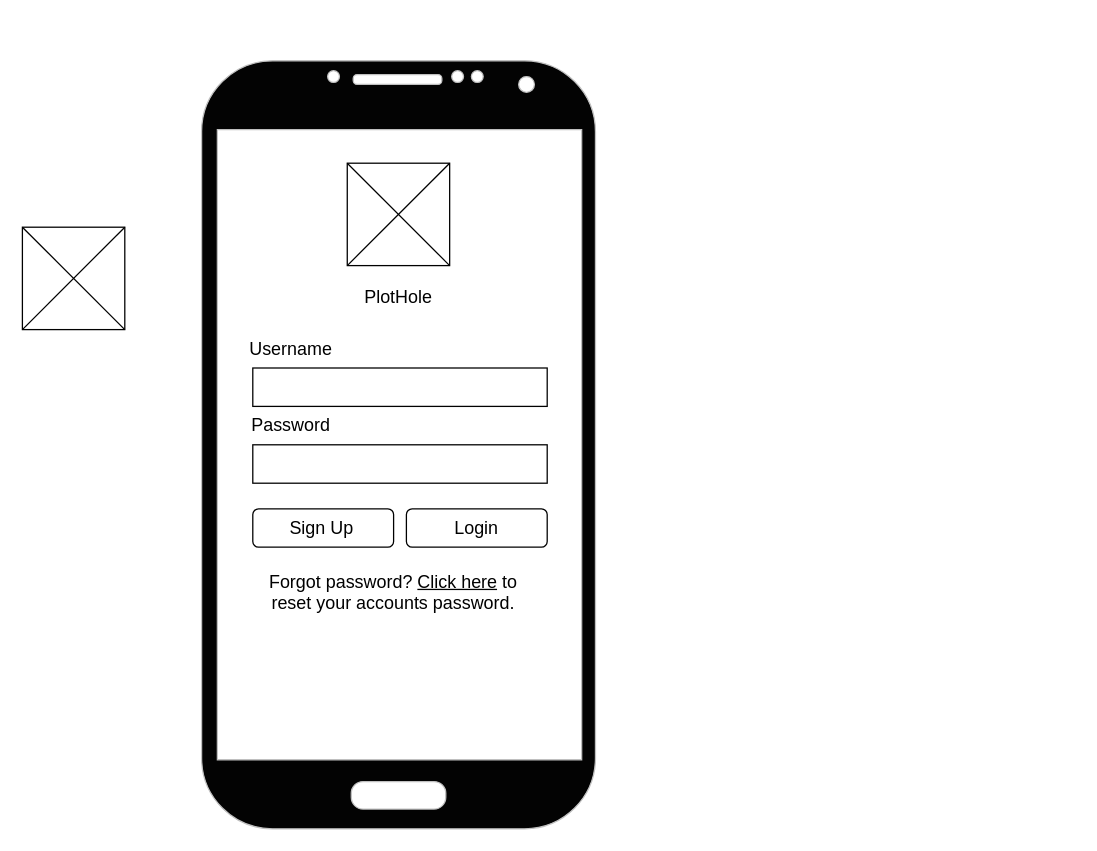
Above: Untitled Diagram.drawio in cdawgy/COM397-Wireframes (draw.io), before the change. Source tidied: cells renumbered, new cells numbered last; positions are measured from the earlier drawing's top-left corner, leaving out a move shared by most shapes. Both pictures are drawn from the tidied source at 128%, with x=0, y=0 at pixel (22, 60).
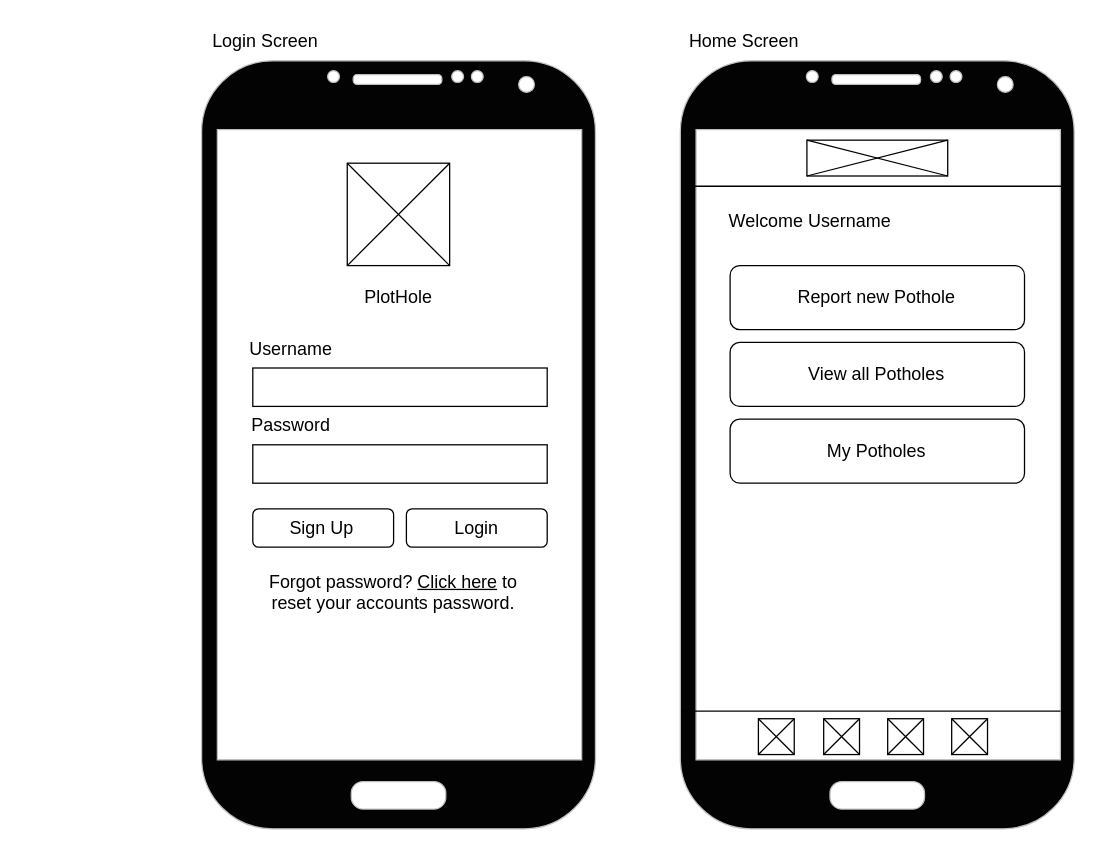
The same page after the edit.

Commit message:
Added Home screen with relative buttons

The edit, as a diff of the source:
```diff
@@
-    <mxCell id="7" style="group;" parent="1" vertex="1">
-      <mxGeometry y="130" width="80" height="80" as="geometry" />
-    </mxCell>
-    <mxCell id="8" style="rounded=0;whiteSpace=wrap;html=1;fillColor=#FFFFFF;" parent="7" vertex="1">
-      <mxGeometry width="80" height="80" as="geometry" />
-    </mxCell>
-    <mxCell id="9" style="endArrow=none;html=1;rounded=0;exitX=0;exitY=1;exitDx=0;exitDy=0;" parent="7" edge="1" source="8">
-      <mxGeometry relative="1" as="geometry">
-        <mxPoint x="80" as="targetPoint" />
-      </mxGeometry>
-    </mxCell>
-    <mxCell id="10" style="endArrow=none;html=1;rounded=0;exitX=1;exitY=1;exitDx=0;exitDy=0;" parent="7" edge="1" source="8">
-      <mxGeometry relative="1" as="geometry">
-        <mxPoint as="targetPoint" />
-      </mxGeometry>
-    </mxCell>
@@
+    <mxCell id="21" style="verticalLabelPosition=bottom;verticalAlign=top;html=1;shadow=0;dashed=0;strokeWidth=1;shape=mxgraph.android.phone2;strokeColor=#c0c0c0;flipV=0;fillColor=#030303;" parent="1" vertex="1">
+      <mxGeometry x="514" width="307.7" height="600" as="geometry" />
+    </mxCell>
+    <mxCell id="22" style="endArrow=none;html=1;rounded=0;fontSize=14;" parent="1" edge="1">
+      <mxGeometry relative="1" as="geometry">
+        <mxPoint x="515" y="508" as="sourcePoint" />
+        <mxPoint x="811" y="508" as="targetPoint" />
+      </mxGeometry>
+    </mxCell>
+    <mxCell id="23" style="group;" parent="1" vertex="1">
+      <mxGeometry x="575" y="514" width="28" height="28" as="geometry" />
+    </mxCell>
+    <mxCell id="24" style="rounded=0;whiteSpace=wrap;html=1;fillColor=#FFFFFF;" parent="23" vertex="1">
+      <mxGeometry width="28" height="28" as="geometry" />
+    </mxCell>
+    <mxCell id="25" style="endArrow=none;html=1;rounded=0;exitX=0;exitY=1;exitDx=0;exitDy=0;" parent="23" edge="1" source="24">
+      <mxGeometry relative="1" as="geometry">
+        <mxPoint x="28" as="targetPoint" />
+      </mxGeometry>
+    </mxCell>
+    <mxCell id="26" style="endArrow=none;html=1;rounded=0;exitX=1;exitY=1;exitDx=0;exitDy=0;" parent="23" edge="1" source="24">
+      <mxGeometry relative="1" as="geometry">
+        <mxPoint as="targetPoint" />
+      </mxGeometry>
+    </mxCell>
+    <mxCell id="27" style="group;" parent="1" vertex="1">
+      <mxGeometry x="626" y="514" width="28" height="28" as="geometry" />
+    </mxCell>
+    <mxCell id="28" style="rounded=0;whiteSpace=wrap;html=1;fillColor=#FFFFFF;" parent="27" vertex="1">
+      <mxGeometry width="28" height="28" as="geometry" />
+    </mxCell>
+    <mxCell id="29" style="endArrow=none;html=1;rounded=0;exitX=0;exitY=1;exitDx=0;exitDy=0;" parent="27" edge="1" source="28">
+      <mxGeometry relative="1" as="geometry">
+        <mxPoint x="28" as="targetPoint" />
+      </mxGeometry>
+    </mxCell>
+    <mxCell id="30" style="endArrow=none;html=1;rounded=0;exitX=1;exitY=1;exitDx=0;exitDy=0;" parent="27" edge="1" source="28">
+      <mxGeometry relative="1" as="geometry">
+        <mxPoint as="targetPoint" />
+      </mxGeometry>
+    </mxCell>
+    <mxCell id="31" style="group;" parent="1" vertex="1">
+      <mxGeometry x="676" y="514" width="28" height="28" as="geometry" />
+    </mxCell>
+    <mxCell id="32" style="rounded=0;whiteSpace=wrap;html=1;fillColor=#FFFFFF;" parent="31" vertex="1">
+      <mxGeometry width="28" height="28" as="geometry" />
+    </mxCell>
+    <mxCell id="33" style="endArrow=none;html=1;rounded=0;exitX=0;exitY=1;exitDx=0;exitDy=0;" parent="31" edge="1" source="32">
+      <mxGeometry relative="1" as="geometry">
+        <mxPoint x="28" as="targetPoint" />
+      </mxGeometry>
+    </mxCell>
+    <mxCell id="34" style="endArrow=none;html=1;rounded=0;exitX=1;exitY=1;exitDx=0;exitDy=0;" parent="31" edge="1" source="32">
+      <mxGeometry relative="1" as="geometry">
+        <mxPoint as="targetPoint" />
+      </mxGeometry>
+    </mxCell>
+    <mxCell id="35" style="group;" parent="1" vertex="1">
+      <mxGeometry x="726" y="514" width="28" height="28" as="geometry" />
+    </mxCell>
+    <mxCell id="36" style="rounded=0;whiteSpace=wrap;html=1;fillColor=#FFFFFF;" parent="35" vertex="1">
+      <mxGeometry width="28" height="28" as="geometry" />
+    </mxCell>
+    <mxCell id="37" style="endArrow=none;html=1;rounded=0;exitX=0;exitY=1;exitDx=0;exitDy=0;" parent="35" edge="1" source="36">
+      <mxGeometry relative="1" as="geometry">
+        <mxPoint x="28" as="targetPoint" />
+      </mxGeometry>
+    </mxCell>
+    <mxCell id="38" style="endArrow=none;html=1;rounded=0;exitX=1;exitY=1;exitDx=0;exitDy=0;" parent="35" edge="1" source="36">
+      <mxGeometry relative="1" as="geometry">
+        <mxPoint as="targetPoint" />
+      </mxGeometry>
+    </mxCell>
+    <mxCell id="39" style="endArrow=none;html=1;rounded=0;fontSize=14;" parent="1" edge="1">
+      <mxGeometry relative="1" as="geometry">
+        <mxPoint x="520" y="98" as="sourcePoint" />
+        <mxPoint x="816" y="98" as="targetPoint" />
+      </mxGeometry>
+    </mxCell>
+    <mxCell id="40" style="group;" parent="1" vertex="1">
+      <mxGeometry x="612.9" y="62" width="110" height="28" as="geometry" />
+    </mxCell>
+    <mxCell id="41" style="rounded=0;whiteSpace=wrap;html=1;fillColor=#FFFFFF;" parent="40" vertex="1">
+      <mxGeometry width="110" height="28" as="geometry" />
+    </mxCell>
+    <mxCell id="42" style="endArrow=none;html=1;rounded=0;exitX=0;exitY=1;exitDx=0;exitDy=0;" parent="40" edge="1" source="41">
+      <mxGeometry relative="1" as="geometry">
+        <mxPoint x="110" as="targetPoint" />
+      </mxGeometry>
+    </mxCell>
+    <mxCell id="43" style="endArrow=none;html=1;rounded=0;exitX=1;exitY=1;exitDx=0;exitDy=0;" parent="40" edge="1" source="41">
+      <mxGeometry relative="1" as="geometry">
+        <mxPoint as="targetPoint" />
+      </mxGeometry>
+    </mxCell>
+    <mxCell id="44" value="Welcome Username" style="text;html=1;strokeColor=none;fillColor=none;align=center;verticalAlign=middle;whiteSpace=wrap;rounded=0;fontSize=14;" parent="1" vertex="1">
+      <mxGeometry x="541.5" y="110" width="147" height="30" as="geometry" />
+    </mxCell>
+    <mxCell id="45" style="rounded=1;whiteSpace=wrap;html=1;fontSize=14;fillColor=#FFFFFF;" parent="1" vertex="1">
+      <mxGeometry x="552.9" y="160" width="230" height="50" as="geometry" />
+    </mxCell>
+    <mxCell id="46" value="Report new Pothole" style="text;html=1;strokeColor=none;fillColor=none;align=center;verticalAlign=middle;whiteSpace=wrap;rounded=0;fontSize=14;" parent="1" vertex="1">
+      <mxGeometry x="594.4" y="170" width="147" height="30" as="geometry" />
+    </mxCell>
+    <mxCell id="47" style="rounded=1;whiteSpace=wrap;html=1;fontSize=14;fillColor=#FFFFFF;" parent="1" vertex="1">
+      <mxGeometry x="552.9" y="220" width="230" height="50" as="geometry" />
+    </mxCell>
+    <mxCell id="48" value="View all Potholes" style="text;html=1;strokeColor=none;fillColor=none;align=center;verticalAlign=middle;whiteSpace=wrap;rounded=0;fontSize=14;" parent="1" vertex="1">
+      <mxGeometry x="594.4" y="230" width="147" height="30" as="geometry" />
+    </mxCell>
+    <mxCell id="49" style="rounded=1;whiteSpace=wrap;html=1;fontSize=14;fillColor=#FFFFFF;" parent="1" vertex="1">
+      <mxGeometry x="552.9" y="280" width="230" height="50" as="geometry" />
+    </mxCell>
+    <mxCell id="50" value="My Potholes" style="text;html=1;strokeColor=none;fillColor=none;align=center;verticalAlign=middle;whiteSpace=wrap;rounded=0;fontSize=14;" parent="1" vertex="1">
+      <mxGeometry x="594.4" y="290" width="147" height="30" as="geometry" />
+    </mxCell>
+    <mxCell id="51" value="Login Screen" style="text;html=1;strokeColor=none;fillColor=none;align=center;verticalAlign=middle;whiteSpace=wrap;rounded=0;fontSize=14;" parent="1" vertex="1">
+      <mxGeometry x="140" y="-30" width="100" height="30" as="geometry" />
+    </mxCell>
+    <mxCell id="52" value="Home Screen" style="text;html=1;strokeColor=none;fillColor=none;align=center;verticalAlign=middle;whiteSpace=wrap;rounded=0;fontSize=14;" parent="1" vertex="1">
+      <mxGeometry x="514" y="-30" width="100" height="30" as="geometry" />
+    </mxCell>
```
